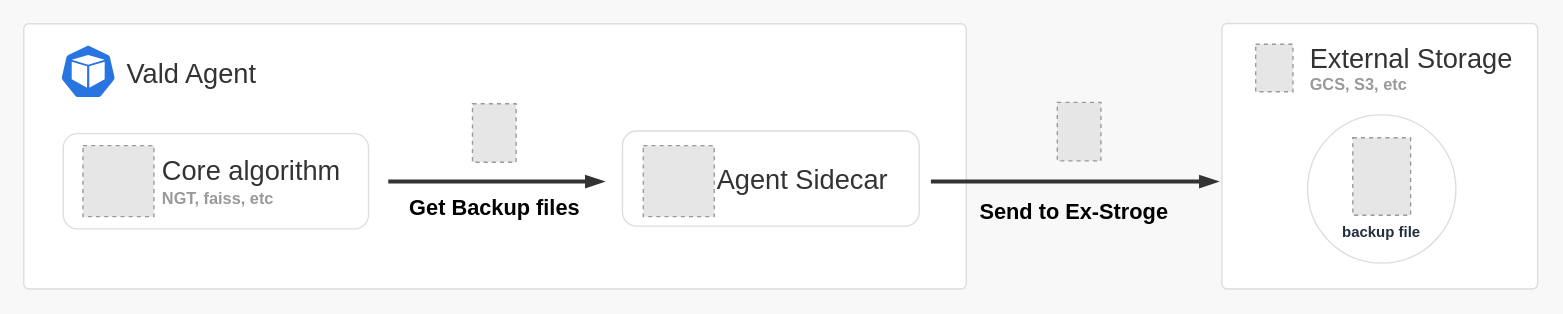
vdaas/vald keeps this draw.io diagram as page "sidecar_backup" (2 of 4) of assets/docs/overview/component/agent/agent.drawio. Above is the earlier version. Source tidied: cells renumbered, new cells numbered last; positions are measured from the earlier drawing's top-left corner, leaving out a move shared by most shapes. Both pictures are drawn from the tidied source at 136%, with x=0, y=0 at pixel (23, 23). Pictures stored in the file or linked from it are replaced by grey dashed boxes.
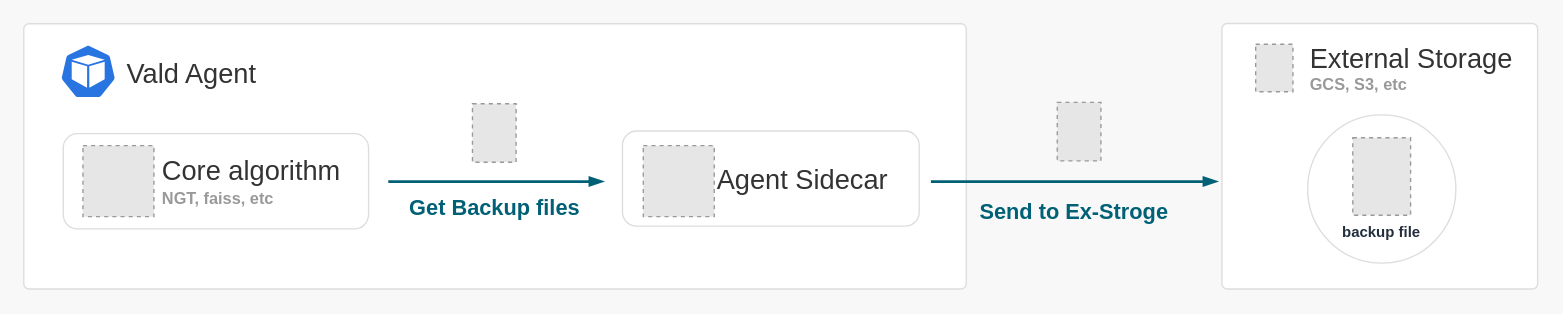
The same diagram, later.

What changed in the source:
```diff
@@
-    <mxCell id="4" value="Send to Ex-Stroge" style="text;html=1;align=center;verticalAlign=middle;strokeColor=none;fillColor=none;fontSize=16;shadow=0;fontStyle=1;" parent="1" vertex="1">
-      <mxGeometry x="691.9" y="122.8" width="160" height="30" as="geometry" />
+    <mxCell id="4" value="&lt;font color=&quot;#006076&quot;&gt;Send to Ex-Stroge&lt;/font&gt;" style="text;html=1;align=center;verticalAlign=middle;strokeColor=none;fillColor=none;fontSize=16;shadow=0;fontStyle=1;" parent="1" vertex="1">
+      <mxGeometry x="693.9" y="122.8" width="157" height="31" as="geometry" />
     </mxCell>
-    <mxCell id="5" value="Get Backup files" style="text;html=1;align=center;verticalAlign=middle;strokeColor=none;fillColor=none;fontSize=16;shadow=0;fontStyle=1;" parent="1" vertex="1">
-      <mxGeometry x="270.5" y="119.8" width="150" height="30" as="geometry" />
+    <mxCell id="5" value="&lt;font color=&quot;#006076&quot;&gt;Get Backup files&lt;/font&gt;" style="text;html=1;align=center;verticalAlign=middle;strokeColor=none;fillColor=none;fontSize=16;shadow=0;fontStyle=1;" parent="1" vertex="1">
+      <mxGeometry x="274.5" y="119.8" width="143" height="31" as="geometry" />
     </mxCell>
@@
-    <mxCell id="13" style="endArrow=blockThin;html=1;rounded=0;fontColor=none;strokeWidth=3;endFill=1;strokeColor=#333333;" parent="1" edge="1">
+    <mxCell id="13" style="endArrow=blockThin;html=1;rounded=0;fontColor=none;strokeWidth=2;endFill=1;strokeColor=#006076;" parent="1" edge="1">
       <mxGeometry relative="1" as="geometry">
         <mxPoint x="268" y="116" as="sourcePoint" />
         <mxPoint x="426.5" y="116" as="targetPoint" />
       </mxGeometry>
     </mxCell>
@@
-    <mxCell id="17" style="endArrow=blockThin;html=1;rounded=0;fontColor=none;strokeWidth=3;endFill=1;strokeColor=#333333;" parent="1" edge="1">
+    <mxCell id="17" style="endArrow=blockThin;html=1;rounded=0;fontColor=none;strokeWidth=2;endFill=1;strokeColor=#006076;" parent="1" edge="1">
       <mxGeometry relative="1" as="geometry">
         <mxPoint x="667" y="116" as="sourcePoint" />
         <mxPoint x="878" y="116" as="targetPoint" />
       </mxGeometry>
     </mxCell>
```
